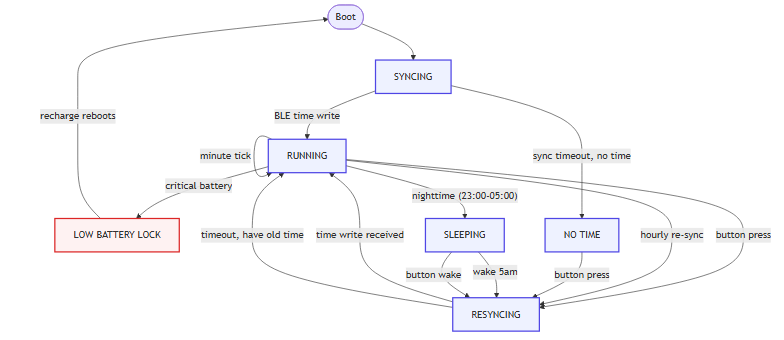
The Mermaid diagram docs/design/state-machine.png in JPTranter/eClock, before a commit. Its source is kept beside it as docs/design/state-machine.mmd.
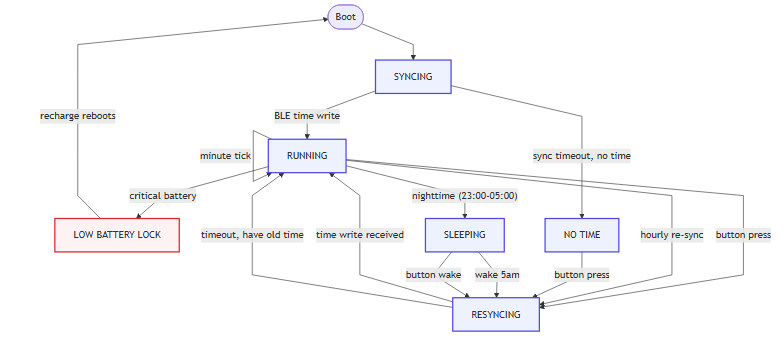
After the commit.

Commit message:
docs: render state-machine diagram with straight edges

Set flowchart curve to 'linear' (%%{init: {"flowchart": {"curve": "linear"}} }%%)
so transitions render as straight lines instead of curves, and regenerate the PNG.

Change to the diagram source:
```diff
@@ -1,3 +1,4 @@
+%%{init: {"flowchart": {"curve": "linear"}} }%%
 
 flowchart TD
     Boot([Boot]) --> SYNCING
```
